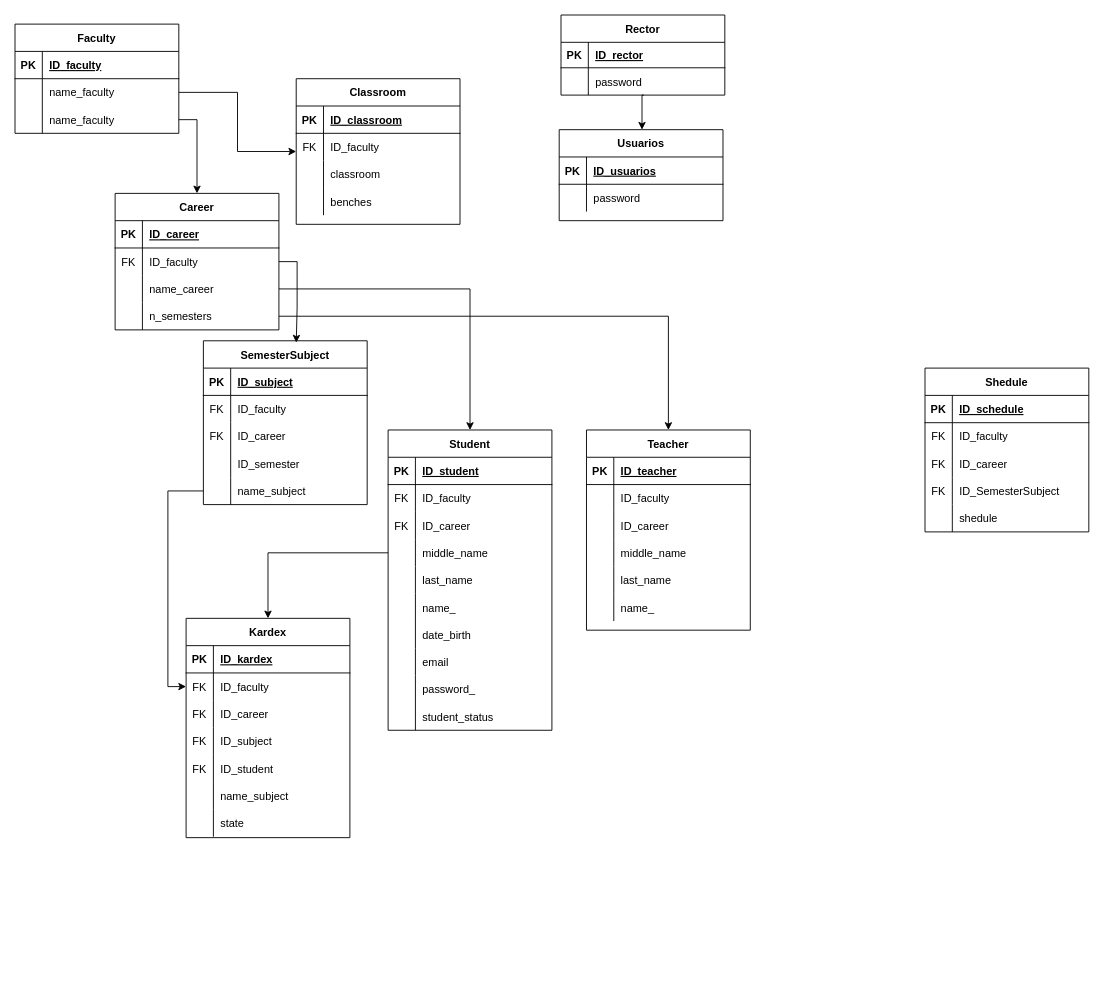
miguelrang/InscripcionHorarioSIASE-UANL-SIMULACION-1.0 keeps this draw.io diagram as UANL.drawio. Above is the earlier version. Source tidied: cells renumbered, new cells numbered last; positions are measured from the earlier drawing's top-left corner, leaving out a move shared by most shapes. Both pictures are drawn from the tidied source at 91%, with x=0, y=0 at pixel (15, 15).
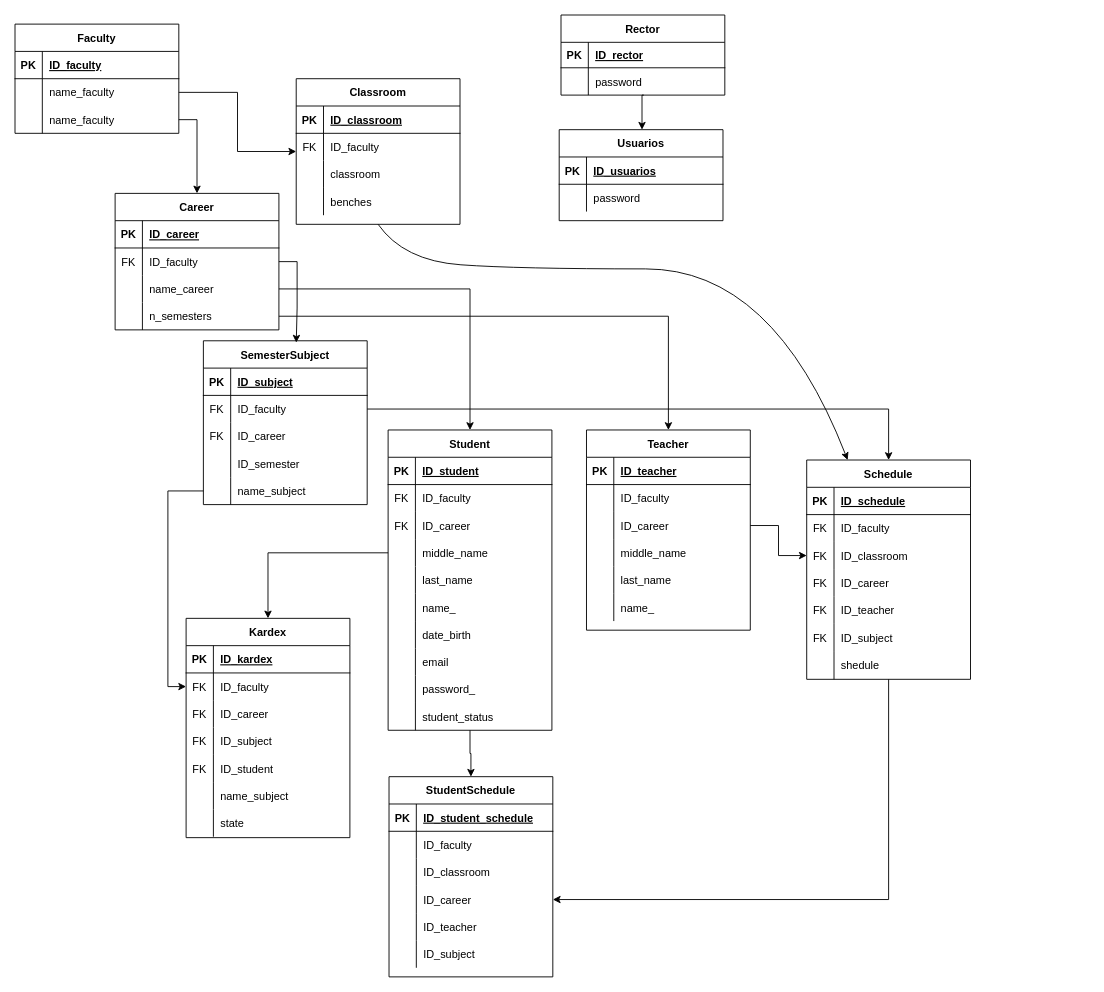
The same page after the edit.

The change refers to these unchanged cells:
```xml
<mxCell id="29" style="shape=tableRow;horizontal=0;startSize=0;swimlaneHead=0;swimlaneBody=0;fillColor=none;points=[[0,0.5],[1,0.5]];portConstraint=eastwest;top=0;left=0;right=0;bottom=0;" parent="25" vertex="1">
  <mxGeometry y="60" width="180" height="30" as="geometry" />
</mxCell>
<mxCell id="49" value="Student" style="shape=table;startSize=30;childLayout=tableLayout;rowLines=0;fontStyle=1;align=center;" parent="1" vertex="1">
  <mxGeometry x="410" y="456" width="180" height="330" as="geometry" />
</mxCell>
<mxCell id="130" value="Classroom" style="shape=table;startSize=30;childLayout=tableLayout;rowLines=0;fontStyle=1;align=center;" parent="1" vertex="1">
  <mxGeometry x="309" y="70" width="180" height="160" as="geometry" />
</mxCell>
<mxCell id="151" style="shape=tableRow;horizontal=0;startSize=0;swimlaneHead=0;swimlaneBody=0;fillColor=none;points=[[0,0.5],[1,0.5]];portConstraint=eastwest;top=0;left=0;right=0;bottom=0;" parent="144" vertex="1">
  <mxGeometry y="90" width="180" height="30" as="geometry" />
</mxCell>
```

The edit, as a diff of the source:
```diff
@@
+    <mxCell id="164" style="edgeStyle=orthogonalEdgeStyle;rounded=0;jettySize=auto;html=1;entryX=0.5;entryY=0;entryDx=0;entryDy=0;" parent="1" edge="1" source="49" target="175">
+      <mxGeometry relative="1" as="geometry" />
+    </mxCell>
@@
+    <mxCell id="165" style="edgeStyle=orthogonalEdgeStyle;rounded=0;jettySize=auto;html=1;entryX=1;entryY=0.5;entryDx=0;entryDy=0;" parent="1" edge="1" source="87" target="185">
+      <mxGeometry relative="1" as="geometry" />
+    </mxCell>
-    <mxCell id="87" value="Shedule" style="shape=table;startSize=30;childLayout=tableLayout;rowLines=0;fontStyle=1;align=center;" parent="1" vertex="1">
-      <mxGeometry x="1000" y="388" width="180" height="180" as="geometry" />
+    <mxCell id="87" value="Schedule" style="shape=table;startSize=30;childLayout=tableLayout;rowLines=0;fontStyle=1;align=center;" parent="1" vertex="1">
+      <mxGeometry x="870" y="489" width="180" height="241" as="geometry" />
     </mxCell>
@@
+    <mxCell id="166" style="shape=tableRow;horizontal=0;startSize=0;swimlaneHead=0;swimlaneBody=0;fillColor=none;points=[[0,0.5],[1,0.5]];portConstraint=eastwest;top=0;left=0;right=0;bottom=0;" parent="87" vertex="1">
+      <mxGeometry y="90" width="180" height="30" as="geometry" />
+    </mxCell>
+    <mxCell id="167" value="FK" style="shape=partialRectangle;fillColor=none;top=0;left=0;bottom=0;right=0;overflow=hidden;" parent="166" vertex="1">
+      <mxGeometry width="30" height="30" as="geometry" />
+    </mxCell>
+    <mxCell id="168" value="ID_classroom" style="shape=partialRectangle;fillColor=none;top=0;left=0;bottom=0;right=0;align=left;spacingLeft=6;overflow=hidden;" parent="166" vertex="1">
+      <mxGeometry x="30" width="150" height="30" as="geometry" />
+    </mxCell>
     <mxCell id="94" style="shape=tableRow;horizontal=0;startSize=0;swimlaneHead=0;swimlaneBody=0;fillColor=none;top=0;left=0;right=0;bottom=0;" parent="87" vertex="1">
-      <mxGeometry y="90" width="180" height="30" as="geometry" />
+      <mxGeometry y="120" width="180" height="30" as="geometry" />
     </mxCell>
@@
+    <mxCell id="169" style="shape=tableRow;horizontal=0;startSize=0;swimlaneHead=0;swimlaneBody=0;fillColor=none;top=0;left=0;right=0;bottom=0;" parent="87" vertex="1">
+      <mxGeometry y="150" width="180" height="30" as="geometry" />
+    </mxCell>
+    <mxCell id="170" value="FK" style="shape=partialRectangle;fillColor=none;top=0;left=0;bottom=0;right=0;overflow=hidden;" parent="169" vertex="1">
+      <mxGeometry width="30" height="30" as="geometry" />
+    </mxCell>
+    <mxCell id="171" value="ID_teacher" style="shape=partialRectangle;fillColor=none;top=0;left=0;bottom=0;right=0;align=left;spacingLeft=6;overflow=hidden;" parent="169" vertex="1">
+      <mxGeometry x="30" width="150" height="30" as="geometry" />
+    </mxCell>
     <mxCell id="97" style="shape=tableRow;horizontal=0;startSize=0;swimlaneHead=0;swimlaneBody=0;fillColor=none;top=0;left=0;right=0;bottom=0;" parent="87" vertex="1">
-      <mxGeometry y="120" width="180" height="30" as="geometry" />
+      <mxGeometry y="180" width="180" height="30" as="geometry" />
     </mxCell>
@@
-    <mxCell id="99" value="ID_SemesterSubject" style="shape=partialRectangle;fillColor=none;top=0;left=0;bottom=0;right=0;align=left;spacingLeft=6;overflow=hidden;" parent="97" vertex="1">
+    <mxCell id="99" value="ID_subject" style="shape=partialRectangle;fillColor=none;top=0;left=0;bottom=0;right=0;align=left;spacingLeft=6;overflow=hidden;" parent="97" vertex="1">
       <mxGeometry x="30" width="150" height="30" as="geometry" />
     </mxCell>
     <mxCell id="100" style="shape=tableRow;horizontal=0;startSize=0;swimlaneHead=0;swimlaneBody=0;fillColor=none;top=0;left=0;right=0;bottom=0;" parent="87" vertex="1">
-      <mxGeometry y="150" width="180" height="30" as="geometry" />
+      <mxGeometry y="210" width="180" height="31" as="geometry" />
     </mxCell>
     <mxCell id="101" style="shape=partialRectangle;fillColor=none;top=0;left=0;bottom=0;right=0;overflow=hidden;" parent="100" vertex="1">
-      <mxGeometry width="30" height="30" as="geometry" />
+      <mxGeometry width="30" height="31" as="geometry" />
     </mxCell>
     <mxCell id="102" value="shedule" style="shape=partialRectangle;fillColor=none;top=0;left=0;bottom=0;right=0;align=left;spacingLeft=6;overflow=hidden;" parent="100" vertex="1">
-      <mxGeometry x="30" width="150" height="30" as="geometry" />
+      <mxGeometry x="30" width="150" height="31" as="geometry" />
     </mxCell>
@@
+    <mxCell id="172" style="edgeStyle=orthogonalEdgeStyle;rounded=0;jettySize=auto;html=1;exitX=1;exitY=0.5;exitDx=0;exitDy=0;entryX=0.5;entryY=0;entryDx=0;entryDy=0;" parent="1" edge="1" source="29" target="87">
+      <mxGeometry relative="1" as="geometry" />
+    </mxCell>
+    <mxCell id="173" style="curved=1;endArrow=classic;html=1;rounded=0;exitX=0.5;exitY=1;exitDx=0;exitDy=0;entryX=0.25;entryY=0;entryDx=0;entryDy=0;" parent="1" edge="1" source="130" target="87">
+      <mxGeometry relative="1" as="geometry">
+        <Array as="points">
+          <mxPoint x="427" y="270" />
+          <mxPoint x="553" y="279" />
+          <mxPoint x="833" y="279" />
+        </Array>
+      </mxGeometry>
+    </mxCell>
+    <mxCell id="174" style="edgeStyle=orthogonalEdgeStyle;rounded=0;jettySize=auto;html=1;exitX=1;exitY=0.5;exitDx=0;exitDy=0;entryX=0;entryY=0.5;entryDx=0;entryDy=0;" parent="1" edge="1" source="151" target="166">
+      <mxGeometry relative="1" as="geometry" />
+    </mxCell>
+    <mxCell id="175" value="StudentSchedule" style="shape=table;startSize=30;childLayout=tableLayout;rowLines=0;fontStyle=1;align=center;" parent="1" vertex="1">
+      <mxGeometry x="411" y="837" width="180" height="220" as="geometry" />
+    </mxCell>
+    <mxCell id="176" style="shape=tableRow;horizontal=0;startSize=0;swimlaneHead=0;swimlaneBody=0;fillColor=none;top=0;left=0;right=0;bottom=1;" parent="175" vertex="1">
+      <mxGeometry y="30" width="180" height="30" as="geometry" />
+    </mxCell>
+    <mxCell id="177" value="PK" style="shape=partialRectangle;fillColor=none;top=0;left=0;bottom=0;right=0;fontStyle=1;overflow=hidden;" parent="176" vertex="1">
+      <mxGeometry width="30" height="30" as="geometry" />
+    </mxCell>
+    <mxCell id="178" value="ID_student_schedule" style="shape=partialRectangle;fillColor=none;top=0;left=0;bottom=0;right=0;align=left;spacingLeft=6;fontStyle=5;overflow=hidden;" parent="176" vertex="1">
+      <mxGeometry x="30" width="150" height="30" as="geometry" />
+    </mxCell>
+    <mxCell id="179" style="shape=tableRow;horizontal=0;startSize=0;swimlaneHead=0;swimlaneBody=0;fillColor=none;top=0;left=0;right=0;bottom=0;" parent="175" vertex="1">
+      <mxGeometry y="60" width="180" height="30" as="geometry" />
+    </mxCell>
+    <mxCell id="180" style="shape=partialRectangle;fillColor=none;top=0;left=0;bottom=0;right=0;overflow=hidden;" parent="179" vertex="1">
+      <mxGeometry width="30" height="30" as="geometry" />
+    </mxCell>
+    <mxCell id="181" value="ID_faculty" style="shape=partialRectangle;fillColor=none;top=0;left=0;bottom=0;right=0;align=left;spacingLeft=6;overflow=hidden;" parent="179" vertex="1">
+      <mxGeometry x="30" width="150" height="30" as="geometry" />
+    </mxCell>
+    <mxCell id="182" style="shape=tableRow;horizontal=0;startSize=0;swimlaneHead=0;swimlaneBody=0;fillColor=none;top=0;left=0;right=0;bottom=0;" parent="175" vertex="1">
+      <mxGeometry y="90" width="180" height="30" as="geometry" />
+    </mxCell>
+    <mxCell id="183" style="shape=partialRectangle;fillColor=none;top=0;left=0;bottom=0;right=0;overflow=hidden;" parent="182" vertex="1">
+      <mxGeometry width="30" height="30" as="geometry" />
+    </mxCell>
+    <mxCell id="184" value="ID_classroom" style="shape=partialRectangle;fillColor=none;top=0;left=0;bottom=0;right=0;align=left;spacingLeft=6;overflow=hidden;" parent="182" vertex="1">
+      <mxGeometry x="30" width="150" height="30" as="geometry" />
+    </mxCell>
+    <mxCell id="185" style="shape=tableRow;horizontal=0;startSize=0;swimlaneHead=0;swimlaneBody=0;fillColor=none;points=[[0,0.5],[1,0.5]];portConstraint=eastwest;top=0;left=0;right=0;bottom=0;" parent="175" vertex="1">
+      <mxGeometry y="120" width="180" height="30" as="geometry" />
+    </mxCell>
+    <mxCell id="186" style="shape=partialRectangle;fillColor=none;top=0;left=0;bottom=0;right=0;overflow=hidden;" parent="185" vertex="1">
+      <mxGeometry width="30" height="30" as="geometry" />
+    </mxCell>
+    <mxCell id="187" value="ID_career" style="shape=partialRectangle;fillColor=none;top=0;left=0;bottom=0;right=0;align=left;spacingLeft=6;overflow=hidden;" parent="185" vertex="1">
+      <mxGeometry x="30" width="150" height="30" as="geometry" />
+    </mxCell>
+    <mxCell id="188" style="shape=tableRow;horizontal=0;startSize=0;swimlaneHead=0;swimlaneBody=0;fillColor=none;top=0;left=0;right=0;bottom=0;" parent="175" vertex="1">
+      <mxGeometry y="150" width="180" height="30" as="geometry" />
+    </mxCell>
+    <mxCell id="189" style="shape=partialRectangle;fillColor=none;top=0;left=0;bottom=0;right=0;overflow=hidden;" parent="188" vertex="1">
+      <mxGeometry width="30" height="30" as="geometry" />
+    </mxCell>
+    <mxCell id="190" value="ID_teacher" style="shape=partialRectangle;fillColor=none;top=0;left=0;bottom=0;right=0;align=left;spacingLeft=6;overflow=hidden;" parent="188" vertex="1">
+      <mxGeometry x="30" width="150" height="30" as="geometry" />
+    </mxCell>
+    <mxCell id="191" style="shape=tableRow;horizontal=0;startSize=0;swimlaneHead=0;swimlaneBody=0;fillColor=none;top=0;left=0;right=0;bottom=0;" parent="175" vertex="1">
+      <mxGeometry y="180" width="180" height="30" as="geometry" />
+    </mxCell>
+    <mxCell id="192" style="shape=partialRectangle;fillColor=none;top=0;left=0;bottom=0;right=0;overflow=hidden;" parent="191" vertex="1">
+      <mxGeometry width="30" height="30" as="geometry" />
+    </mxCell>
+    <mxCell id="193" value="ID_subject" style="shape=partialRectangle;fillColor=none;top=0;left=0;bottom=0;right=0;align=left;spacingLeft=6;overflow=hidden;" parent="191" vertex="1">
+      <mxGeometry x="30" width="150" height="30" as="geometry" />
+    </mxCell>
```
